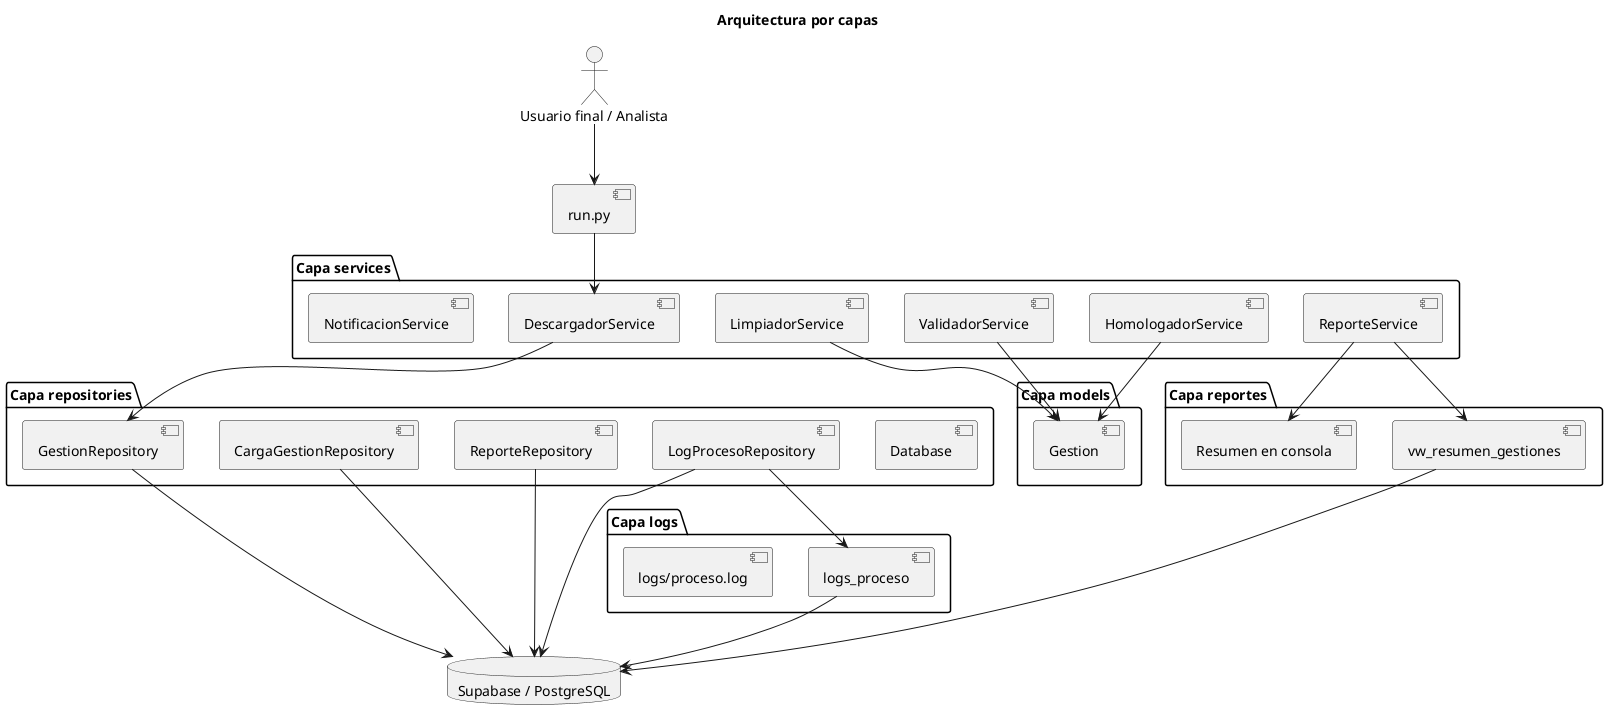
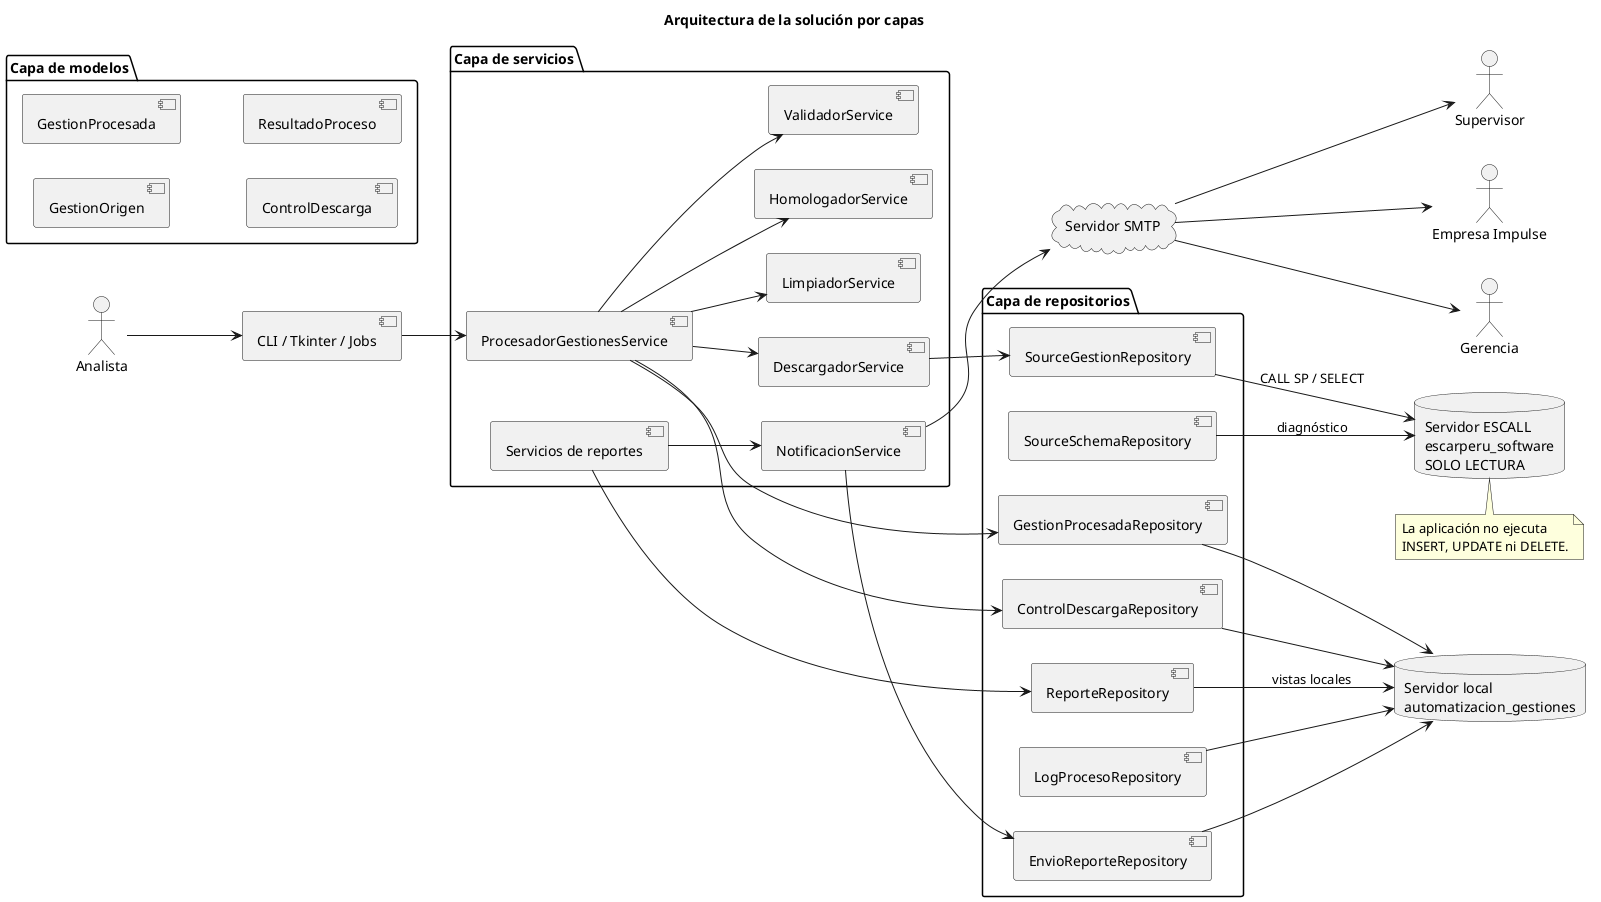
@startuml
- title Arquitectura por capas
+ title Arquitectura de la solución por capas

- actor "Usuario final / Analista" as Analista
- database "Supabase / PostgreSQL" as DB
+ left to right direction
+ actor "Analista" as Analista
+ actor "Supervisor" as Supervisor
+ actor "Empresa Impulse" as Impulse
+ actor "Gerencia" as Gerencia
+ component "CLI / Tkinter / Jobs" as Presentacion
+ database "Servidor ESCALL\nescarperu_software\nSOLO LECTURA" as SourceDB
+ database "Servidor local\nautomatizacion_gestiones" as TargetDB
+ cloud "Servidor SMTP" as SMTP

- package "Capa repositories" {
-   [Database]
-   [GestionRepository]
-   [CargaGestionRepository]
-   [ReporteRepository]
-   [LogProcesoRepository]
+ package "Capa de repositorios" {
+   component SourceGestionRepository
+   component SourceSchemaRepository
+   component GestionProcesadaRepository
+   component ControlDescargaRepository
+   component ReporteRepository
+   component LogProcesoRepository
+   component EnvioReporteRepository
}

- package "Capa services" {
-   [DescargadorService]
-   [LimpiadorService]
-   [HomologadorService]
-   [ValidadorService]
-   [ReporteService]
-   [NotificacionService]
+ package "Capa de servicios" {
+   component DescargadorService
+   component ProcesadorGestionesService
+   component LimpiadorService
+   component HomologadorService
+   component ValidadorService
+   component "Servicios de reportes" as Reportes
+   component NotificacionService
}

- package "Capa models" {
-   [Gestion]
+ package "Capa de modelos" {
+   component GestionOrigen
+   component GestionProcesada
+   component ControlDescarga
+   component ResultadoProceso
}

- package "Capa reportes" {
-   [vw_resumen_gestiones]
-   [Resumen en consola]
- }
+ Analista --> Presentacion
+ Presentacion --> ProcesadorGestionesService
+ SourceGestionRepository --> SourceDB : CALL SP / SELECT
+ SourceSchemaRepository --> SourceDB : diagnóstico
+ DescargadorService --> SourceGestionRepository
+ ProcesadorGestionesService --> DescargadorService
+ ProcesadorGestionesService --> LimpiadorService
+ ProcesadorGestionesService --> HomologadorService
+ ProcesadorGestionesService --> ValidadorService
+ ProcesadorGestionesService --> GestionProcesadaRepository
+ ProcesadorGestionesService --> ControlDescargaRepository
+ GestionProcesadaRepository --> TargetDB
+ ControlDescargaRepository --> TargetDB
+ LogProcesoRepository --> TargetDB
+ ReporteRepository --> TargetDB : vistas locales
+ Reportes --> ReporteRepository
+ Reportes --> NotificacionService
+ NotificacionService --> SMTP
+ NotificacionService --> EnvioReporteRepository
+ EnvioReporteRepository --> TargetDB
+ SMTP --> Supervisor
+ SMTP --> Impulse
+ SMTP --> Gerencia

- package "Capa logs" {
-   [logs_proceso]
-   [logs/proceso.log]
- }
- 
- Analista --> [run.py]
- [run.py] --> [DescargadorService]
- [DescargadorService] --> [GestionRepository]
- [LimpiadorService] --> [Gestion]
- [HomologadorService] --> [Gestion]
- [ValidadorService] --> [Gestion]
- [GestionRepository] --> DB
- [CargaGestionRepository] --> DB
- [ReporteRepository] --> DB
- [LogProcesoRepository] --> DB
- [ReporteService] --> [vw_resumen_gestiones]
- [vw_resumen_gestiones] --> DB
- [ReporteService] --> [Resumen en consola]
- [LogProcesoRepository] --> [logs_proceso]
- [logs_proceso] --> DB
- 
+ note bottom of SourceDB
+ La aplicación no ejecuta
+ INSERT, UPDATE ni DELETE.
+ end note
@enduml
- 
